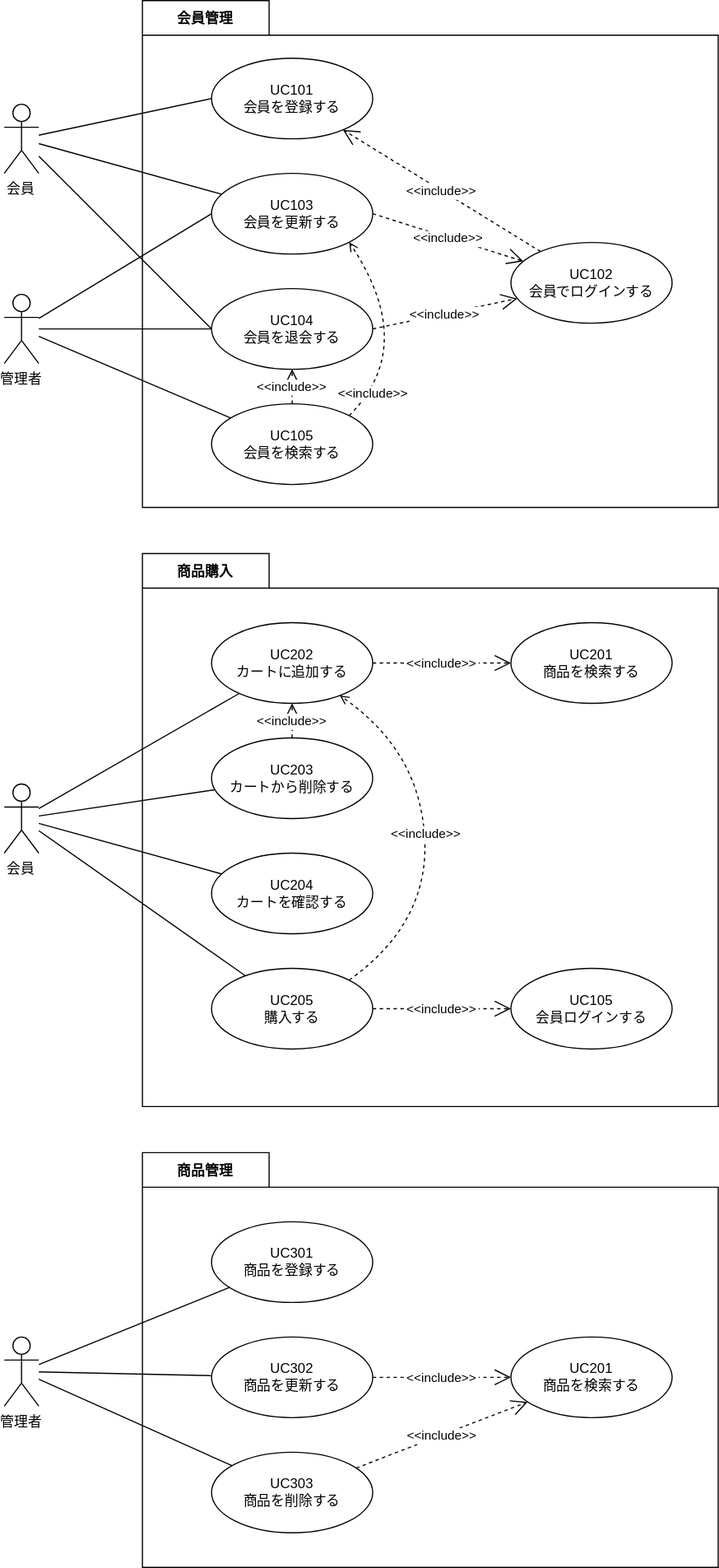
Above: documents/10_要件定義/image/usecase.drawio.svg in la-java-silicon-2021/shopping-doc (draw.io), before the change. Source tidied: cells renumbered, new cells last; positions are measured from the earlier drawing's top-left corner, leaving out a move shared by most shapes.
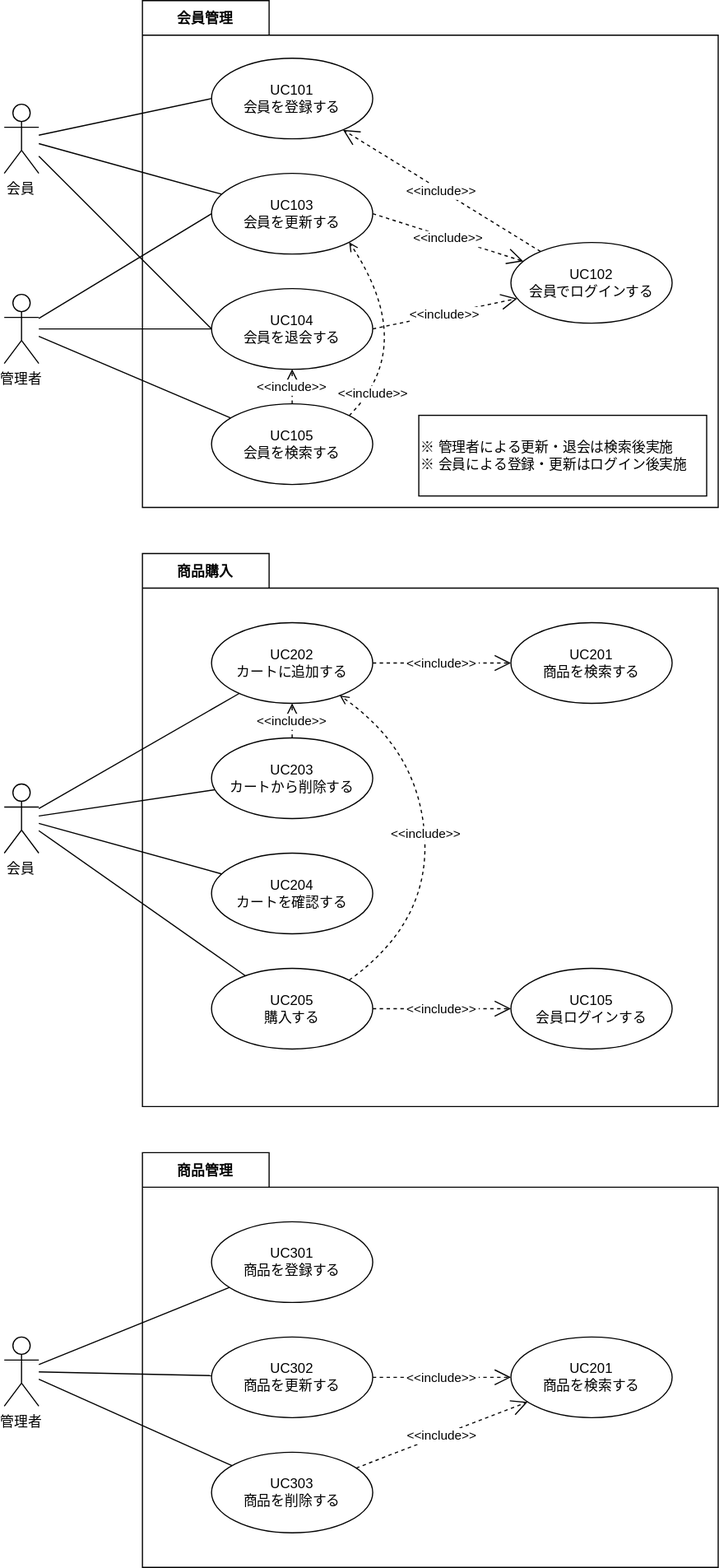
After the commit.

Commit message:
usecase.drawio.svg を更新します

Diff of the diagram source:
```diff
@@ -161,5 +161,8 @@
         <mxPoint x="250" y="350" as="sourcePoint" />
       </mxGeometry>
     </mxCell>
+    <mxCell id="50" value="※ 管理者による更新・退会は検索後実施&lt;br&gt;※ 会員による登録・更新はログイン後実施" style="rounded=0;whiteSpace=wrap;html=1;align=left;" parent="1" vertex="1">
+      <mxGeometry x="360" y="360" width="250" height="70" as="geometry" />
+    </mxCell>
   </root>
 </mxGraphModel>
```
